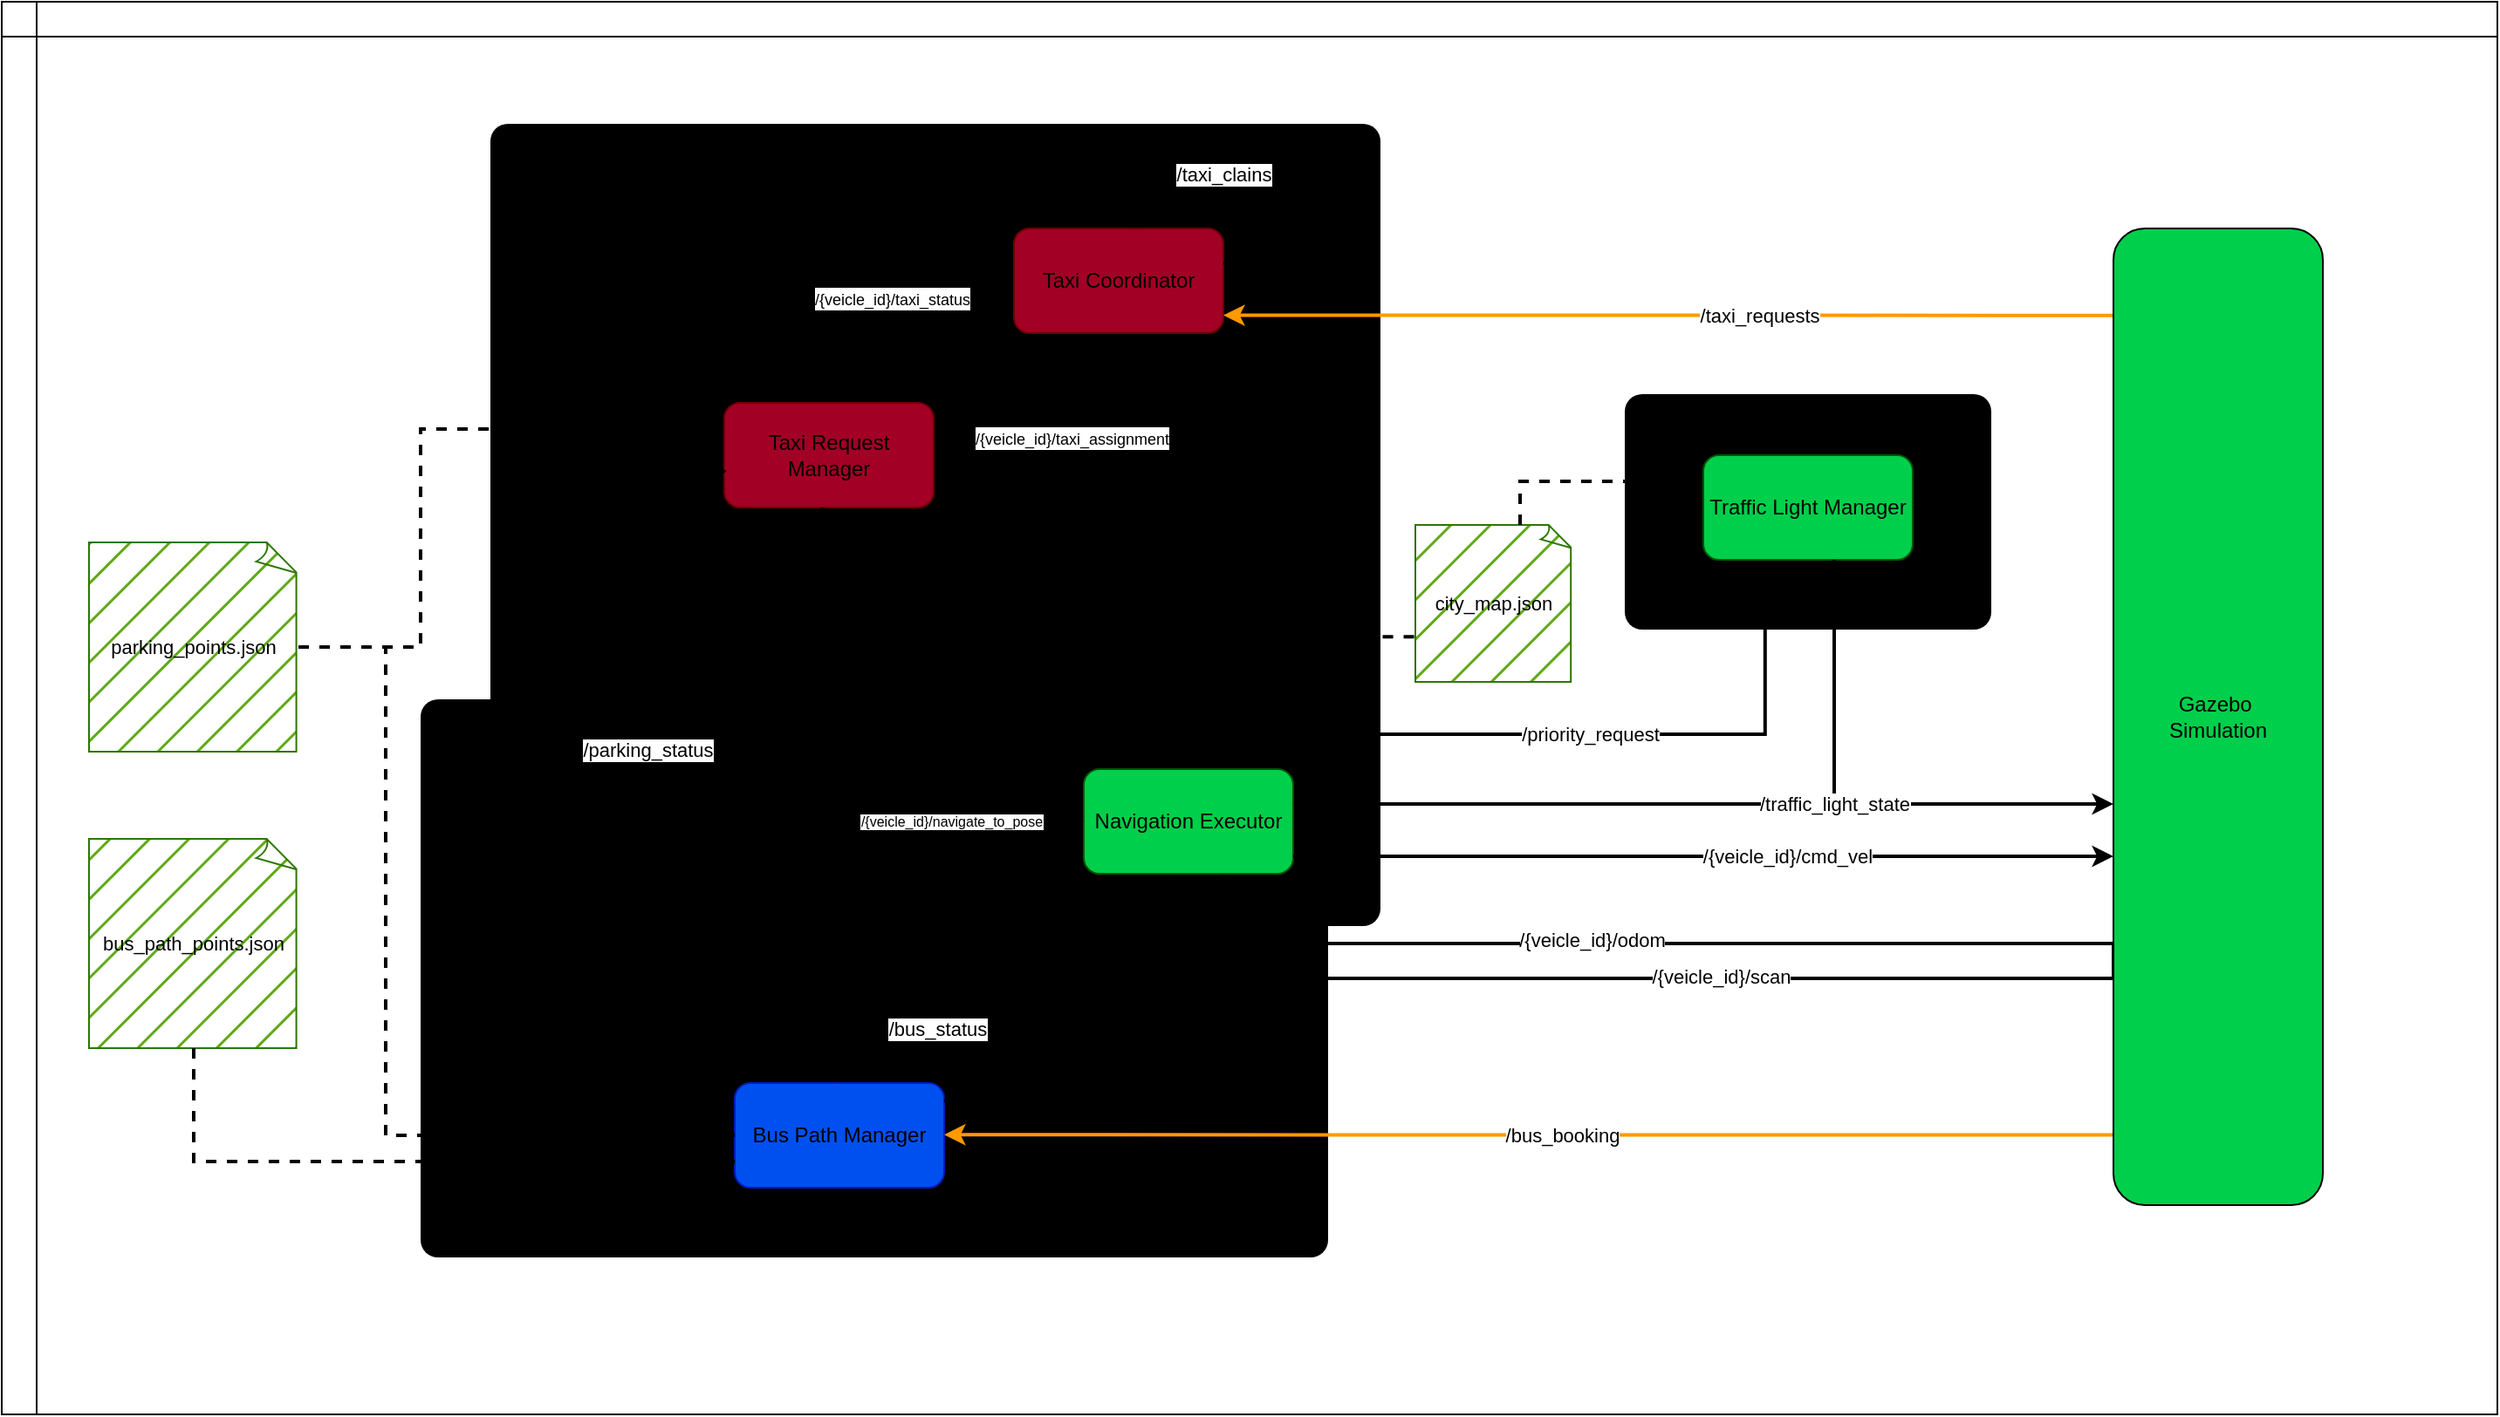
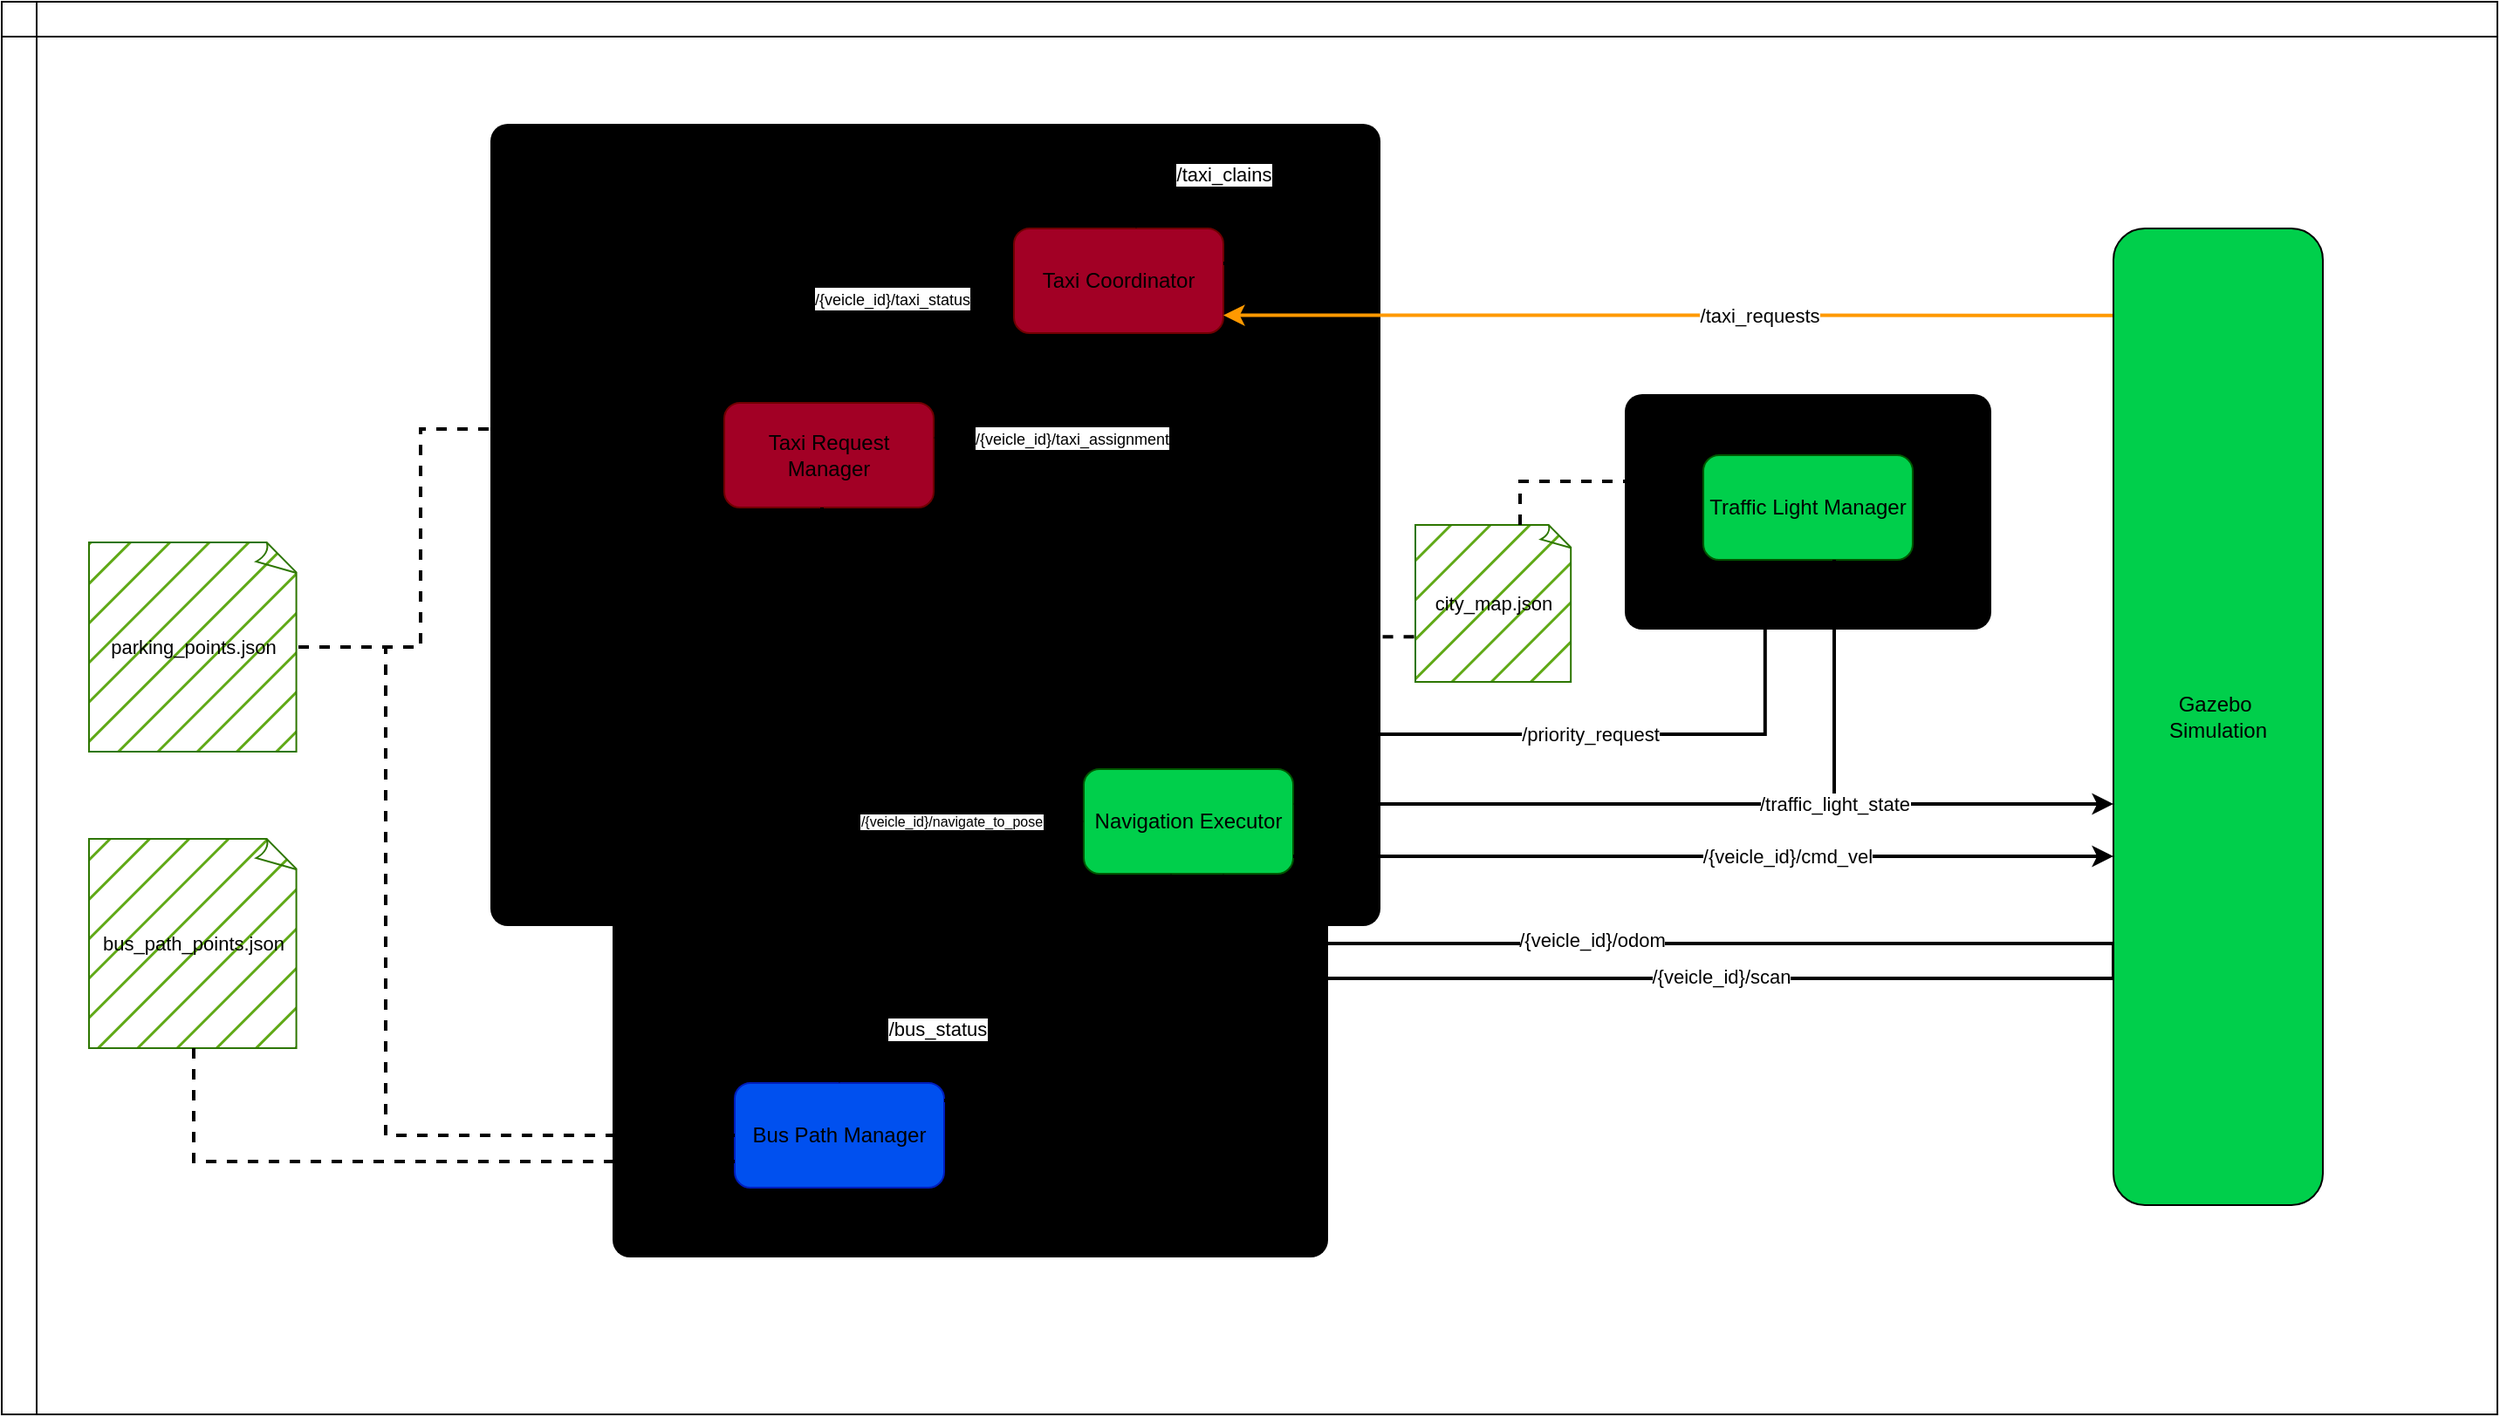
<mxfile host="app.diagrams.net">
-   <diagram name="Pagina-1" id="BVCX1Z2pZBF1aMxrMhTO">
-     <mxGraphModel dx="1686" dy="1638" grid="1" gridSize="10" guides="1" tooltips="1" connect="1" arrows="1" fold="1" page="1" pageScale="1" pageWidth="827" pageHeight="1169" math="0" shadow="0">
+   <diagram name="Pagina-1" id="1qCQUwHX7y5VVJsM3F8O">
+     <mxGraphModel dx="2542" dy="2155" grid="1" gridSize="10" guides="1" tooltips="1" connect="1" arrows="1" fold="1" page="1" pageScale="1" pageWidth="827" pageHeight="1169" math="0" shadow="0">
      <root>
        <mxCell id="0" />
        <mxCell id="1" parent="0" />
-         <mxCell id="iIUiJenkvFwk8aNbWzbr-1" parent="1" style="shape=internalStorage;whiteSpace=wrap;html=1;backgroundOutline=1;strokeColor=light-dark(#000000,#4A4A4A);fillStyle=dots;" value="" vertex="1">
+         <mxCell id="IvkUOj6girnGPJxxhy7t-1" parent="1" style="shape=internalStorage;whiteSpace=wrap;html=1;backgroundOutline=1;strokeColor=light-dark(#000000,#4A4A4A);fillStyle=dots;" value="" vertex="1">
          <mxGeometry height="810" width="1430" x="-120" y="-210" as="geometry" />
        </mxCell>
-         <mxCell id="g7s1D-YAluqxc9DfaqjA-5" parent="1" style="html=1;outlineConnect=0;whiteSpace=wrap;fillColor=light-dark(#000000,#4421CF);shape=mxgraph.archimate3.application;appType=workPackage;archiType=rounded;fillStyle=cross-hatch;strokeColor=none;" value="" vertex="1">
+         <mxCell id="IvkUOj6girnGPJxxhy7t-2" parent="1" style="html=1;outlineConnect=0;whiteSpace=wrap;fillColor=light-dark(#000000,#4421CF);shape=mxgraph.archimate3.application;appType=workPackage;archiType=rounded;fillStyle=cross-hatch;strokeColor=none;" value="" vertex="1">
          <mxGeometry height="460" width="510" x="160" y="-140" as="geometry" />
        </mxCell>
-         <mxCell id="g7s1D-YAluqxc9DfaqjA-17" parent="1" style="html=1;outlineConnect=0;whiteSpace=wrap;fillColor=light-dark(#000000,#CF881F);shape=mxgraph.archimate3.application;appType=workPackage;archiType=rounded;fillStyle=cross-hatch;strokeColor=none;" value="" vertex="1">
+         <mxCell id="IvkUOj6girnGPJxxhy7t-3" parent="1" style="html=1;outlineConnect=0;whiteSpace=wrap;fillColor=light-dark(#000000,#CF881F);shape=mxgraph.archimate3.application;appType=workPackage;archiType=rounded;fillStyle=cross-hatch;strokeColor=none;" value="" vertex="1">
          <mxGeometry height="135" width="210" x="810" y="15" as="geometry" />
        </mxCell>
-         <mxCell id="g7s1D-YAluqxc9DfaqjA-11" parent="1" style="html=1;outlineConnect=0;whiteSpace=wrap;fillColor=light-dark(#000000,#A82A32);shape=mxgraph.archimate3.application;appType=workPackage;archiType=rounded;fillStyle=cross-hatch;strokeColor=none;" value="" vertex="1">
-           <mxGeometry height="320" width="520" x="120" y="190" as="geometry" />
-         </mxCell>
-         <mxCell id="6hpnGwHNhGZrO45cFF2S-23" edge="1" parent="1" source="6hpnGwHNhGZrO45cFF2S-2" style="edgeStyle=orthogonalEdgeStyle;rounded=0;orthogonalLoop=1;jettySize=auto;html=1;exitX=0.5;exitY=0;exitDx=0;exitDy=0;strokeColor=light-dark(#000000,#FF2B2B);strokeWidth=2;" target="6hpnGwHNhGZrO45cFF2S-5">
+         <mxCell id="IvkUOj6girnGPJxxhy7t-4" parent="1" style="html=1;outlineConnect=0;whiteSpace=wrap;fillColor=light-dark(#000000,#A82A32);shape=mxgraph.archimate3.application;appType=workPackage;archiType=rounded;fillStyle=cross-hatch;strokeColor=none;" value="" vertex="1">
+           <mxGeometry height="320" width="410" x="230" y="190" as="geometry" />
+         </mxCell>
+         <mxCell id="IvkUOj6girnGPJxxhy7t-5" edge="1" parent="1" source="IvkUOj6girnGPJxxhy7t-6" style="edgeStyle=orthogonalEdgeStyle;rounded=0;orthogonalLoop=1;jettySize=auto;html=1;exitX=0.5;exitY=0;exitDx=0;exitDy=0;strokeColor=light-dark(#000000,#FF2B2B);strokeWidth=2;" target="IvkUOj6girnGPJxxhy7t-15">
          <mxGeometry relative="1" as="geometry">
            <Array as="points">
              <mxPoint x="330" y="430" />
              <mxPoint x="330" y="260" />
            </Array>
          </mxGeometry>
        </mxCell>
-         <mxCell id="6hpnGwHNhGZrO45cFF2S-2" parent="1" style="rounded=1;whiteSpace=wrap;html=1;fillColor=#0050ef;fontColor=#ffffff;strokeColor=#001DBC;" value="&lt;font style=&quot;color: light-dark(rgb(0, 0, 0), rgb(0, 0, 0));&quot;&gt;Bus Path Manager&lt;/font&gt;" vertex="1">
+         <mxCell id="IvkUOj6girnGPJxxhy7t-6" parent="1" style="rounded=1;whiteSpace=wrap;html=1;fillColor=#0050ef;fontColor=#ffffff;strokeColor=#001DBC;" value="&lt;font style=&quot;color: light-dark(rgb(0, 0, 0), rgb(0, 0, 0));&quot;&gt;Bus Path Manager&lt;/font&gt;" vertex="1">
          <mxGeometry height="60" width="120" x="300" y="410" as="geometry" />
        </mxCell>
-         <mxCell id="6hpnGwHNhGZrO45cFF2S-12" edge="1" parent="1" source="6hpnGwHNhGZrO45cFF2S-3" style="edgeStyle=orthogonalEdgeStyle;rounded=0;orthogonalLoop=1;jettySize=auto;html=1;strokeColor=light-dark(#000000,#2D8ED9);startSize=26;strokeWidth=2;" target="6hpnGwHNhGZrO45cFF2S-4">
+         <mxCell id="IvkUOj6girnGPJxxhy7t-7" edge="1" parent="1" source="IvkUOj6girnGPJxxhy7t-9" style="edgeStyle=orthogonalEdgeStyle;rounded=0;orthogonalLoop=1;jettySize=auto;html=1;strokeColor=light-dark(#000000,#2D8ED9);startSize=26;strokeWidth=2;" target="IvkUOj6girnGPJxxhy7t-12">
          <mxGeometry relative="1" as="geometry">
            <Array as="points">
              <mxPoint x="320" y="-40" />
            </Array>
          </mxGeometry>
        </mxCell>
-         <mxCell id="6hpnGwHNhGZrO45cFF2S-16" connectable="0" parent="6hpnGwHNhGZrO45cFF2S-12" style="edgeLabel;html=1;align=center;verticalAlign=middle;resizable=0;points=[];" value="&lt;font style=&quot;font-size: 9px;&quot;&gt;/{veicle_id}/taxi_status&lt;/font&gt;" vertex="1">
+         <mxCell id="IvkUOj6girnGPJxxhy7t-8" connectable="0" parent="IvkUOj6girnGPJxxhy7t-7" style="edgeLabel;html=1;align=center;verticalAlign=middle;resizable=0;points=[];" value="&lt;font style=&quot;font-size: 9px;&quot;&gt;/{veicle_id}/taxi_status&lt;/font&gt;" vertex="1">
          <mxGeometry relative="1" x="0.147" y="2" as="geometry">
            <mxPoint x="15" y="2" as="offset" />
          </mxGeometry>
        </mxCell>
-         <mxCell id="6hpnGwHNhGZrO45cFF2S-3" parent="1" style="rounded=1;whiteSpace=wrap;html=1;fillColor=#a20025;fontColor=#ffffff;strokeColor=#6F0000;" value="&lt;span&gt;&lt;font style=&quot;color: light-dark(rgb(0, 0, 0), rgb(0, 0, 0));&quot;&gt;Taxi Request Manager&lt;/font&gt;&lt;/span&gt;" vertex="1">
+         <mxCell id="IvkUOj6girnGPJxxhy7t-9" parent="1" style="rounded=1;whiteSpace=wrap;html=1;fillColor=#a20025;fontColor=#ffffff;strokeColor=#6F0000;" value="&lt;span&gt;&lt;font style=&quot;color: light-dark(rgb(0, 0, 0), rgb(0, 0, 0));&quot;&gt;Taxi Request Manager&lt;/font&gt;&lt;/span&gt;" vertex="1">
          <mxGeometry height="60" width="120" x="294" y="20" as="geometry" />
        </mxCell>
-         <mxCell id="6hpnGwHNhGZrO45cFF2S-14" edge="1" parent="1" source="6hpnGwHNhGZrO45cFF2S-4" style="edgeStyle=orthogonalEdgeStyle;rounded=0;orthogonalLoop=1;jettySize=auto;html=1;strokeWidth=2;" target="6hpnGwHNhGZrO45cFF2S-3">
+         <mxCell id="IvkUOj6girnGPJxxhy7t-10" edge="1" parent="1" source="IvkUOj6girnGPJxxhy7t-12" style="edgeStyle=orthogonalEdgeStyle;rounded=0;orthogonalLoop=1;jettySize=auto;html=1;strokeWidth=2;" target="IvkUOj6girnGPJxxhy7t-9">
          <mxGeometry relative="1" as="geometry">
            <Array as="points">
              <mxPoint x="560" y="40" />
            </Array>
          </mxGeometry>
        </mxCell>
-         <mxCell id="6hpnGwHNhGZrO45cFF2S-17" connectable="0" parent="6hpnGwHNhGZrO45cFF2S-14" style="edgeLabel;html=1;align=center;verticalAlign=middle;resizable=0;points=[];" value="&lt;font style=&quot;font-size: 9px;&quot;&gt;/{veicle_id}/taxi_assignment&lt;/font&gt;" vertex="1">
+         <mxCell id="IvkUOj6girnGPJxxhy7t-11" connectable="0" parent="IvkUOj6girnGPJxxhy7t-10" style="edgeLabel;html=1;align=center;verticalAlign=middle;resizable=0;points=[];" value="&lt;font style=&quot;font-size: 9px;&quot;&gt;/{veicle_id}/taxi_assignment&lt;/font&gt;" vertex="1">
          <mxGeometry relative="1" x="0.1714" as="geometry">
            <mxPoint x="-7" as="offset" />
          </mxGeometry>
        </mxCell>
-         <mxCell id="6hpnGwHNhGZrO45cFF2S-4" parent="1" style="rounded=1;whiteSpace=wrap;html=1;fillColor=#a20025;fontColor=#ffffff;strokeColor=#6F0000;" value="&lt;font style=&quot;color: light-dark(rgb(0, 0, 0), rgb(0, 0, 0));&quot;&gt;Taxi Coordinator&lt;/font&gt;" vertex="1">
+         <mxCell id="IvkUOj6girnGPJxxhy7t-12" parent="1" style="rounded=1;whiteSpace=wrap;html=1;fillColor=#a20025;fontColor=#ffffff;strokeColor=#6F0000;" value="&lt;font style=&quot;color: light-dark(rgb(0, 0, 0), rgb(0, 0, 0));&quot;&gt;Taxi Coordinator&lt;/font&gt;" vertex="1">
          <mxGeometry height="60" width="120" x="460" y="-80" as="geometry" />
        </mxCell>
-         <mxCell id="6hpnGwHNhGZrO45cFF2S-28" edge="1" parent="1" source="6hpnGwHNhGZrO45cFF2S-5" style="edgeStyle=orthogonalEdgeStyle;rounded=0;orthogonalLoop=1;jettySize=auto;html=1;exitX=0.419;exitY=0.019;exitDx=0;exitDy=0;entryX=0.295;entryY=1.004;entryDx=0;entryDy=0;strokeWidth=2;exitPerimeter=0;entryPerimeter=0;" target="6hpnGwHNhGZrO45cFF2S-6">
+         <mxCell id="IvkUOj6girnGPJxxhy7t-13" edge="1" parent="1" source="IvkUOj6girnGPJxxhy7t-15" style="edgeStyle=orthogonalEdgeStyle;rounded=0;orthogonalLoop=1;jettySize=auto;html=1;exitX=0.419;exitY=0.019;exitDx=0;exitDy=0;entryX=0.295;entryY=1.004;entryDx=0;entryDy=0;strokeWidth=2;exitPerimeter=0;entryPerimeter=0;" target="IvkUOj6girnGPJxxhy7t-17">
          <mxGeometry relative="1" as="geometry">
            <Array as="points">
              <mxPoint x="550" y="210" />
              <mxPoint x="890" y="210" />
            </Array>
          </mxGeometry>
        </mxCell>
-         <mxCell id="6hpnGwHNhGZrO45cFF2S-29" connectable="0" parent="6hpnGwHNhGZrO45cFF2S-28" style="edgeLabel;html=1;align=center;verticalAlign=middle;resizable=0;points=[];" value="/priority_request" vertex="1">
+         <mxCell id="IvkUOj6girnGPJxxhy7t-14" connectable="0" parent="IvkUOj6girnGPJxxhy7t-13" style="edgeLabel;html=1;align=center;verticalAlign=middle;resizable=0;points=[];" value="/priority_request" vertex="1">
          <mxGeometry relative="1" x="-0.3889" y="-1" as="geometry">
            <mxPoint x="120" y="-1" as="offset" />
          </mxGeometry>
        </mxCell>
-         <mxCell id="6hpnGwHNhGZrO45cFF2S-5" parent="1" style="rounded=1;whiteSpace=wrap;html=1;fillColor=light-dark(#00CF4B,#FCB12F);fontColor=#ffffff;strokeColor=light-dark(#005700,#000000);" value="&lt;font style=&quot;color: light-dark(rgb(0, 0, 0), rgb(0, 0, 0));&quot;&gt;Navigation Executor&lt;/font&gt;" vertex="1">
+         <mxCell id="IvkUOj6girnGPJxxhy7t-15" parent="1" style="rounded=1;whiteSpace=wrap;html=1;fillColor=light-dark(#00CF4B,#FCB12F);fontColor=#ffffff;strokeColor=light-dark(#005700,#000000);" value="&lt;font style=&quot;color: light-dark(rgb(0, 0, 0), rgb(0, 0, 0));&quot;&gt;Navigation Executor&lt;/font&gt;" vertex="1">
          <mxGeometry height="60" width="120" x="500" y="230" as="geometry" />
        </mxCell>
-         <mxCell id="6hpnGwHNhGZrO45cFF2S-27" edge="1" parent="1" source="6hpnGwHNhGZrO45cFF2S-6" style="edgeStyle=orthogonalEdgeStyle;rounded=0;orthogonalLoop=1;jettySize=auto;html=1;exitX=0.639;exitY=1;exitDx=0;exitDy=0;strokeWidth=2;exitPerimeter=0;" target="6hpnGwHNhGZrO45cFF2S-5">
+         <mxCell id="IvkUOj6girnGPJxxhy7t-16" edge="1" parent="1" source="IvkUOj6girnGPJxxhy7t-17" style="edgeStyle=orthogonalEdgeStyle;rounded=0;orthogonalLoop=1;jettySize=auto;html=1;exitX=0.639;exitY=1;exitDx=0;exitDy=0;strokeWidth=2;exitPerimeter=0;" target="IvkUOj6girnGPJxxhy7t-15">
          <mxGeometry relative="1" as="geometry">
            <Array as="points">
              <mxPoint x="930" y="90" />
              <mxPoint x="930" y="250" />
            </Array>
          </mxGeometry>
        </mxCell>
-         <mxCell id="6hpnGwHNhGZrO45cFF2S-6" parent="1" style="rounded=1;whiteSpace=wrap;html=1;fillColor=light-dark(#00CF4B,#FFF466);fontColor=#ffffff;strokeColor=light-dark(#005700,#000000);fillStyle=auto;" value="&lt;font style=&quot;color: light-dark(rgb(0, 0, 0), rgb(0, 0, 0));&quot;&gt;Traffic Light Manager&lt;/font&gt;" vertex="1">
+         <mxCell id="IvkUOj6girnGPJxxhy7t-17" parent="1" style="rounded=1;whiteSpace=wrap;html=1;fillColor=light-dark(#00CF4B,#FFF466);fontColor=#ffffff;strokeColor=light-dark(#005700,#000000);fillStyle=auto;" value="&lt;font style=&quot;color: light-dark(rgb(0, 0, 0), rgb(0, 0, 0));&quot;&gt;Traffic Light Manager&lt;/font&gt;" vertex="1">
          <mxGeometry height="60" width="120" x="855" y="50" as="geometry" />
        </mxCell>
-         <mxCell id="6hpnGwHNhGZrO45cFF2S-19" edge="1" parent="1" source="6hpnGwHNhGZrO45cFF2S-7" style="edgeStyle=orthogonalEdgeStyle;rounded=0;orthogonalLoop=1;jettySize=auto;html=1;exitX=0.083;exitY=0.089;exitDx=0;exitDy=0;strokeColor=light-dark(#FF9900,#FFFFFF);strokeWidth=2;exitPerimeter=0;" target="6hpnGwHNhGZrO45cFF2S-4">
+         <mxCell id="IvkUOj6girnGPJxxhy7t-18" edge="1" parent="1" source="IvkUOj6girnGPJxxhy7t-26" style="edgeStyle=orthogonalEdgeStyle;rounded=0;orthogonalLoop=1;jettySize=auto;html=1;exitX=0.083;exitY=0.089;exitDx=0;exitDy=0;strokeColor=light-dark(#FF9900,#FFFFFF);strokeWidth=2;exitPerimeter=0;" target="IvkUOj6girnGPJxxhy7t-12">
          <mxGeometry relative="1" as="geometry">
            <Array as="points">
              <mxPoint x="840" y="-30" />
              <mxPoint x="840" y="-30" />
            </Array>
            <mxPoint x="1090" y="50" as="sourcePoint" />
            <mxPoint x="690" y="-30" as="targetPoint" />
          </mxGeometry>
        </mxCell>
-         <mxCell id="6hpnGwHNhGZrO45cFF2S-20" connectable="0" parent="6hpnGwHNhGZrO45cFF2S-19" style="edgeLabel;html=1;align=center;verticalAlign=middle;resizable=0;points=[];" value="/taxi_requests" vertex="1">
+         <mxCell id="IvkUOj6girnGPJxxhy7t-19" connectable="0" parent="IvkUOj6girnGPJxxhy7t-18" style="edgeLabel;html=1;align=center;verticalAlign=middle;resizable=0;points=[];" value="/taxi_requests" vertex="1">
          <mxGeometry relative="1" x="0.5062" as="geometry">
            <mxPoint x="178" as="offset" />
          </mxGeometry>
        </mxCell>
-         <mxCell id="6hpnGwHNhGZrO45cFF2S-31" edge="1" parent="1" style="edgeStyle=orthogonalEdgeStyle;rounded=0;orthogonalLoop=1;jettySize=auto;html=1;strokeColor=light-dark(#FF9900,#FFFFFF);entryX=1;entryY=0.333;entryDx=0;entryDy=0;entryPerimeter=0;strokeWidth=2;">
-           <mxGeometry relative="1" as="geometry">
-             <Array as="points">
-               <mxPoint x="760" y="439.69" />
-               <mxPoint x="760" y="439.69" />
-             </Array>
-             <mxPoint x="1090" y="439.69" as="sourcePoint" />
-             <mxPoint x="420" y="439.67" as="targetPoint" />
-           </mxGeometry>
-         </mxCell>
-         <mxCell id="6hpnGwHNhGZrO45cFF2S-32" connectable="0" parent="6hpnGwHNhGZrO45cFF2S-31" style="edgeLabel;html=1;align=center;verticalAlign=middle;resizable=0;points=[];" value="/bus_booking" vertex="1">
-           <mxGeometry relative="1" x="0.3" y="2" as="geometry">
-             <mxPoint x="119" y="-2" as="offset" />
-           </mxGeometry>
-         </mxCell>
-         <mxCell id="6hpnGwHNhGZrO45cFF2S-48" edge="1" parent="1" source="6hpnGwHNhGZrO45cFF2S-7" style="edgeStyle=orthogonalEdgeStyle;rounded=0;orthogonalLoop=1;jettySize=auto;html=1;exitX=0;exitY=0.75;exitDx=0;exitDy=0;strokeWidth=2;" target="6hpnGwHNhGZrO45cFF2S-5">
+         <mxCell id="IvkUOj6girnGPJxxhy7t-22" edge="1" parent="1" source="IvkUOj6girnGPJxxhy7t-26" style="edgeStyle=orthogonalEdgeStyle;rounded=0;orthogonalLoop=1;jettySize=auto;html=1;exitX=0;exitY=0.75;exitDx=0;exitDy=0;strokeWidth=2;" target="IvkUOj6girnGPJxxhy7t-15">
          <mxGeometry relative="1" as="geometry">
            <Array as="points">
              <mxPoint x="1090" y="330" />
              <mxPoint x="580" y="330" />
            </Array>
          </mxGeometry>
        </mxCell>
-         <mxCell id="6hpnGwHNhGZrO45cFF2S-49" connectable="0" parent="6hpnGwHNhGZrO45cFF2S-48" style="edgeLabel;html=1;align=center;verticalAlign=middle;resizable=0;points=[];" value="/{veicle_id}/odom" vertex="1">
+         <mxCell id="IvkUOj6girnGPJxxhy7t-23" connectable="0" parent="IvkUOj6girnGPJxxhy7t-22" style="edgeLabel;html=1;align=center;verticalAlign=middle;resizable=0;points=[];" value="/{veicle_id}/odom" vertex="1">
          <mxGeometry relative="1" x="0.0857" y="-2" as="geometry">
            <mxPoint x="-5" as="offset" />
          </mxGeometry>
        </mxCell>
-         <mxCell id="g7s1D-YAluqxc9DfaqjA-9" edge="1" parent="1" source="6hpnGwHNhGZrO45cFF2S-7" style="edgeStyle=orthogonalEdgeStyle;rounded=0;orthogonalLoop=1;jettySize=auto;html=1;exitX=0;exitY=0.75;exitDx=0;exitDy=0;strokeWidth=2;" target="6hpnGwHNhGZrO45cFF2S-5">
+         <mxCell id="IvkUOj6girnGPJxxhy7t-24" edge="1" parent="1" source="IvkUOj6girnGPJxxhy7t-26" style="edgeStyle=orthogonalEdgeStyle;rounded=0;orthogonalLoop=1;jettySize=auto;html=1;exitX=0;exitY=0.75;exitDx=0;exitDy=0;strokeWidth=2;" target="IvkUOj6girnGPJxxhy7t-15">
          <mxGeometry relative="1" as="geometry">
            <Array as="points">
              <mxPoint x="1090" y="350" />
              <mxPoint x="550" y="350" />
            </Array>
          </mxGeometry>
        </mxCell>
-         <mxCell id="g7s1D-YAluqxc9DfaqjA-10" connectable="0" parent="g7s1D-YAluqxc9DfaqjA-9" style="edgeLabel;html=1;align=center;verticalAlign=middle;resizable=0;points=[];" value="/{veicle_id}/scan" vertex="1">
+         <mxCell id="IvkUOj6girnGPJxxhy7t-25" connectable="0" parent="IvkUOj6girnGPJxxhy7t-24" style="edgeLabel;html=1;align=center;verticalAlign=middle;resizable=0;points=[];" value="/{veicle_id}/scan" vertex="1">
          <mxGeometry relative="1" x="-0.1125" y="-1" as="geometry">
            <mxPoint x="35" as="offset" />
          </mxGeometry>
        </mxCell>
-         <mxCell id="6hpnGwHNhGZrO45cFF2S-7" parent="1" style="rounded=1;whiteSpace=wrap;html=1;fillColor=light-dark(#00CF4B,#9866BA);fontColor=#ffffff;strokeColor=light-dark(#000000,#D5E8D4);" value="&lt;font style=&quot;color: light-dark(rgb(0, 0, 0), rgb(0, 0, 0));&quot;&gt;Gazebo&amp;nbsp;&lt;/font&gt;&lt;div&gt;&lt;font style=&quot;color: light-dark(rgb(0, 0, 0), rgb(0, 0, 0));&quot;&gt;Simulation&lt;/font&gt;&lt;/div&gt;" vertex="1">
+         <mxCell id="IvkUOj6girnGPJxxhy7t-26" parent="1" style="rounded=1;whiteSpace=wrap;html=1;fillColor=light-dark(#00CF4B,#9866BA);fontColor=#ffffff;strokeColor=light-dark(#000000,#D5E8D4);" value="&lt;font style=&quot;color: light-dark(rgb(0, 0, 0), rgb(0, 0, 0));&quot;&gt;Gazebo&amp;nbsp;&lt;/font&gt;&lt;div&gt;&lt;font style=&quot;color: light-dark(rgb(0, 0, 0), rgb(0, 0, 0));&quot;&gt;Simulation&lt;/font&gt;&lt;/div&gt;" vertex="1">
          <mxGeometry height="560" width="120" x="1090" y="-80" as="geometry" />
        </mxCell>
-         <mxCell id="6hpnGwHNhGZrO45cFF2S-24" edge="1" parent="1" source="6hpnGwHNhGZrO45cFF2S-6" style="edgeStyle=orthogonalEdgeStyle;rounded=0;orthogonalLoop=1;jettySize=auto;html=1;strokeWidth=2;" target="6hpnGwHNhGZrO45cFF2S-7">
+         <mxCell id="IvkUOj6girnGPJxxhy7t-27" edge="1" parent="1" source="IvkUOj6girnGPJxxhy7t-17" style="edgeStyle=orthogonalEdgeStyle;rounded=0;orthogonalLoop=1;jettySize=auto;html=1;strokeWidth=2;" target="IvkUOj6girnGPJxxhy7t-26">
          <mxGeometry relative="1" as="geometry">
            <Array as="points">
              <mxPoint x="930" y="250" />
            </Array>
            <mxPoint x="940" y="150" as="sourcePoint" />
            <mxPoint x="990" y="250" as="targetPoint" />
          </mxGeometry>
        </mxCell>
-         <mxCell id="6hpnGwHNhGZrO45cFF2S-25" connectable="0" parent="6hpnGwHNhGZrO45cFF2S-24" style="edgeLabel;html=1;align=center;verticalAlign=middle;resizable=0;points=[];" value="/traffic_light_state" vertex="1">
+         <mxCell id="IvkUOj6girnGPJxxhy7t-28" connectable="0" parent="IvkUOj6girnGPJxxhy7t-27" style="edgeLabel;html=1;align=center;verticalAlign=middle;resizable=0;points=[];" value="/traffic_light_state" vertex="1">
          <mxGeometry relative="1" x="-0.7887" y="2" as="geometry">
            <mxPoint x="-2" y="108" as="offset" />
          </mxGeometry>
        </mxCell>
-         <mxCell id="6hpnGwHNhGZrO45cFF2S-34" edge="1" parent="1" style="edgeStyle=orthogonalEdgeStyle;rounded=0;orthogonalLoop=1;jettySize=auto;html=1;strokeWidth=2;">
+         <mxCell id="IvkUOj6girnGPJxxhy7t-29" edge="1" parent="1" style="edgeStyle=orthogonalEdgeStyle;rounded=0;orthogonalLoop=1;jettySize=auto;html=1;strokeWidth=2;">
          <mxGeometry relative="1" as="geometry">
            <Array as="points">
              <mxPoint x="620" y="280" />
              <mxPoint x="1090" y="280" />
            </Array>
            <mxPoint x="620" y="280" as="sourcePoint" />
            <mxPoint x="1090" y="280" as="targetPoint" />
          </mxGeometry>
        </mxCell>
-         <mxCell id="6hpnGwHNhGZrO45cFF2S-35" connectable="0" parent="6hpnGwHNhGZrO45cFF2S-34" style="edgeLabel;html=1;align=center;verticalAlign=middle;resizable=0;points=[];" value="/{veicle_id}/cmd_vel" vertex="1">
+         <mxCell id="IvkUOj6girnGPJxxhy7t-30" connectable="0" parent="IvkUOj6girnGPJxxhy7t-29" style="edgeLabel;html=1;align=center;verticalAlign=middle;resizable=0;points=[];" value="/{veicle_id}/cmd_vel" vertex="1">
          <mxGeometry relative="1" x="-0.0542" y="-2" as="geometry">
            <mxPoint x="60" y="-2" as="offset" />
          </mxGeometry>
        </mxCell>
-         <mxCell id="g7s1D-YAluqxc9DfaqjA-6" edge="1" parent="1" style="edgeStyle=orthogonalEdgeStyle;rounded=0;orthogonalLoop=1;jettySize=auto;html=1;strokeWidth=2;" target="6hpnGwHNhGZrO45cFF2S-4">
+         <mxCell id="IvkUOj6girnGPJxxhy7t-31" edge="1" parent="1" style="edgeStyle=orthogonalEdgeStyle;rounded=0;orthogonalLoop=1;jettySize=auto;html=1;strokeWidth=2;" target="IvkUOj6girnGPJxxhy7t-12">
          <mxGeometry relative="1" as="geometry">
            <Array as="points">
              <mxPoint x="630" y="-60" />
              <mxPoint x="630" y="-110" />
              <mxPoint x="530" y="-110" />
            </Array>
            <mxPoint x="580" y="-60" as="sourcePoint" />
          </mxGeometry>
        </mxCell>
-         <mxCell id="g7s1D-YAluqxc9DfaqjA-7" connectable="0" parent="g7s1D-YAluqxc9DfaqjA-6" style="edgeLabel;html=1;align=center;verticalAlign=middle;resizable=0;points=[];" value="/taxi_clains" vertex="1">
+         <mxCell id="IvkUOj6girnGPJxxhy7t-32" connectable="0" parent="IvkUOj6girnGPJxxhy7t-31" style="edgeLabel;html=1;align=center;verticalAlign=middle;resizable=0;points=[];" value="/taxi_clains" vertex="1">
          <mxGeometry relative="1" x="0.2002" y="-1" as="geometry">
            <mxPoint x="-12" as="offset" />
          </mxGeometry>
        </mxCell>
-         <mxCell id="g7s1D-YAluqxc9DfaqjA-12" edge="1" parent="1" style="edgeStyle=orthogonalEdgeStyle;rounded=0;orthogonalLoop=1;jettySize=auto;html=1;strokeColor=light-dark(#000000,#FF2B2B);strokeWidth=2;" target="6hpnGwHNhGZrO45cFF2S-5" value="">
+         <mxCell id="IvkUOj6girnGPJxxhy7t-33" edge="1" parent="1" style="edgeStyle=orthogonalEdgeStyle;rounded=0;orthogonalLoop=1;jettySize=auto;html=1;strokeColor=light-dark(#000000,#FF2B2B);strokeWidth=2;" target="IvkUOj6girnGPJxxhy7t-15" value="">
          <mxGeometry relative="1" as="geometry">
            <Array as="points">
              <mxPoint x="350" y="80" />
              <mxPoint x="350" y="260" />
            </Array>
            <mxPoint x="350" y="80" as="sourcePoint" />
            <mxPoint x="500" y="260" as="targetPoint" />
          </mxGeometry>
        </mxCell>
-         <mxCell id="g7s1D-YAluqxc9DfaqjA-14" connectable="0" parent="g7s1D-YAluqxc9DfaqjA-12" style="edgeLabel;html=1;align=center;verticalAlign=middle;resizable=0;points=[];fontSize=8;" value="&lt;span&gt;/{veicle_id}/navigate_to_pose&lt;/span&gt;" vertex="1">
+         <mxCell id="IvkUOj6girnGPJxxhy7t-34" connectable="0" parent="IvkUOj6girnGPJxxhy7t-33" style="edgeLabel;html=1;align=center;verticalAlign=middle;resizable=0;points=[];fontSize=8;" value="&lt;span&gt;/{veicle_id}/navigate_to_pose&lt;/span&gt;" vertex="1">
          <mxGeometry relative="1" x="0.3854" as="geometry">
            <mxPoint x="25" as="offset" />
          </mxGeometry>
        </mxCell>
-         <mxCell id="g7s1D-YAluqxc9DfaqjA-15" edge="1" parent="1" style="edgeStyle=orthogonalEdgeStyle;rounded=0;orthogonalLoop=1;jettySize=auto;html=1;strokeWidth=2;" target="6hpnGwHNhGZrO45cFF2S-2">
+         <mxCell id="IvkUOj6girnGPJxxhy7t-35" edge="1" parent="1" style="edgeStyle=orthogonalEdgeStyle;rounded=0;orthogonalLoop=1;jettySize=auto;html=1;strokeWidth=2;" target="IvkUOj6girnGPJxxhy7t-6">
          <mxGeometry relative="1" as="geometry">
            <Array as="points">
              <mxPoint x="470" y="420" />
              <mxPoint x="470" y="380" />
              <mxPoint x="360" y="380" />
            </Array>
            <mxPoint x="420" y="420" as="sourcePoint" />
          </mxGeometry>
        </mxCell>
-         <mxCell id="g7s1D-YAluqxc9DfaqjA-16" connectable="0" parent="g7s1D-YAluqxc9DfaqjA-15" style="edgeLabel;html=1;align=center;verticalAlign=middle;resizable=0;points=[];" value="/bus_status" vertex="1">
+         <mxCell id="IvkUOj6girnGPJxxhy7t-36" connectable="0" parent="IvkUOj6girnGPJxxhy7t-35" style="edgeLabel;html=1;align=center;verticalAlign=middle;resizable=0;points=[];" value="/bus_status" vertex="1">
          <mxGeometry relative="1" x="0.2578" y="-1" as="geometry">
            <mxPoint as="offset" />
          </mxGeometry>
        </mxCell>
-         <mxCell id="g7s1D-YAluqxc9DfaqjA-18" edge="1" parent="1" source="6hpnGwHNhGZrO45cFF2S-2" style="endArrow=classic;startArrow=classic;html=1;rounded=0;exitX=0;exitY=0.25;exitDx=0;exitDy=0;strokeWidth=2;entryX=0.013;entryY=0.653;entryDx=0;entryDy=0;entryPerimeter=0;" target="6hpnGwHNhGZrO45cFF2S-3" value="">
-           <mxGeometry height="50" relative="1" width="50" as="geometry">
-             <Array as="points">
-               <mxPoint x="260" y="425" />
-               <mxPoint x="240" y="425" />
-               <mxPoint x="240" y="240" />
-               <mxPoint x="240" y="60" />
-             </Array>
-             <mxPoint x="560" y="180" as="sourcePoint" />
-             <mxPoint x="280" y="60" as="targetPoint" />
-           </mxGeometry>
-         </mxCell>
-         <mxCell id="g7s1D-YAluqxc9DfaqjA-19" connectable="0" parent="g7s1D-YAluqxc9DfaqjA-18" style="edgeLabel;html=1;align=center;verticalAlign=middle;resizable=0;points=[];" value="/parking_status" vertex="1">
-           <mxGeometry relative="1" x="0.1083" y="-2" as="geometry">
-             <mxPoint x="8" as="offset" />
-           </mxGeometry>
-         </mxCell>
-         <mxCell id="4LP_xS3Fy_b9QzW3Qc3S-1" parent="1" style="whiteSpace=wrap;html=1;shape=mxgraph.basic.document;fillStyle=hatch;fillColor=#60a917;fontColor=#ffffff;strokeColor=#2D7600;" value="&lt;font style=&quot;color: light-dark(rgb(0, 0, 0), rgb(255, 255, 255)); font-size: 11px;&quot;&gt;parking_points.json&lt;/font&gt;" vertex="1">
+         <mxCell id="IvkUOj6girnGPJxxhy7t-39" parent="1" style="whiteSpace=wrap;html=1;shape=mxgraph.basic.document;fillStyle=hatch;fillColor=#60a917;fontColor=#ffffff;strokeColor=#2D7600;" value="&lt;font style=&quot;color: light-dark(rgb(0, 0, 0), rgb(255, 255, 255)); font-size: 11px;&quot;&gt;parking_points.json&lt;/font&gt;" vertex="1">
          <mxGeometry height="120" width="120" x="-70" y="100" as="geometry" />
        </mxCell>
-         <mxCell id="4LP_xS3Fy_b9QzW3Qc3S-2" parent="1" style="whiteSpace=wrap;html=1;shape=mxgraph.basic.document;fillStyle=hatch;fillColor=#60a917;fontColor=#ffffff;strokeColor=#2D7600;" value="&lt;font style=&quot;color: light-dark(rgb(0, 0, 0), rgb(255, 255, 255)); font-size: 11px;&quot;&gt;bus_path_points.json&lt;/font&gt;" vertex="1">
+         <mxCell id="IvkUOj6girnGPJxxhy7t-40" parent="1" style="whiteSpace=wrap;html=1;shape=mxgraph.basic.document;fillStyle=hatch;fillColor=#60a917;fontColor=#ffffff;strokeColor=#2D7600;" value="&lt;font style=&quot;color: light-dark(rgb(0, 0, 0), rgb(255, 255, 255)); font-size: 11px;&quot;&gt;bus_path_points.json&lt;/font&gt;" vertex="1">
          <mxGeometry height="120" width="120" x="-70" y="270" as="geometry" />
        </mxCell>
-         <mxCell id="4LP_xS3Fy_b9QzW3Qc3S-3" edge="1" parent="1" source="4LP_xS3Fy_b9QzW3Qc3S-2" style="endArrow=none;dashed=1;html=1;rounded=0;exitX=0.5;exitY=1;exitDx=0;exitDy=0;exitPerimeter=0;entryX=0;entryY=0.75;entryDx=0;entryDy=0;strokeWidth=2;" target="6hpnGwHNhGZrO45cFF2S-2" value="">
+         <mxCell id="IvkUOj6girnGPJxxhy7t-41" edge="1" parent="1" source="IvkUOj6girnGPJxxhy7t-40" style="endArrow=none;dashed=1;html=1;rounded=0;exitX=0.5;exitY=1;exitDx=0;exitDy=0;exitPerimeter=0;entryX=0;entryY=0.75;entryDx=0;entryDy=0;strokeWidth=2;" target="IvkUOj6girnGPJxxhy7t-6" value="">
          <mxGeometry height="50" relative="1" width="50" as="geometry">
            <Array as="points">
              <mxPoint x="-10" y="455" />
            </Array>
            <mxPoint x="250" y="250" as="sourcePoint" />
            <mxPoint x="300" y="200" as="targetPoint" />
          </mxGeometry>
        </mxCell>
-         <mxCell id="4LP_xS3Fy_b9QzW3Qc3S-4" edge="1" parent="1" source="4LP_xS3Fy_b9QzW3Qc3S-1" style="endArrow=none;dashed=1;html=1;rounded=0;exitX=1;exitY=0.5;exitDx=0;exitDy=0;exitPerimeter=0;entryX=0;entryY=0.25;entryDx=0;entryDy=0;strokeWidth=2;" target="6hpnGwHNhGZrO45cFF2S-3" value="">
+         <mxCell id="IvkUOj6girnGPJxxhy7t-42" edge="1" parent="1" source="IvkUOj6girnGPJxxhy7t-39" style="endArrow=none;dashed=1;html=1;rounded=0;exitX=1;exitY=0.5;exitDx=0;exitDy=0;exitPerimeter=0;entryX=0;entryY=0.25;entryDx=0;entryDy=0;strokeWidth=2;" target="IvkUOj6girnGPJxxhy7t-9" value="">
          <mxGeometry height="50" relative="1" width="50" as="geometry">
            <Array as="points">
              <mxPoint x="120" y="160" />
              <mxPoint x="120" y="35" />
            </Array>
            <mxPoint x="190" y="380" as="sourcePoint" />
            <mxPoint x="240" y="330" as="targetPoint" />
          </mxGeometry>
        </mxCell>
-         <mxCell id="4LP_xS3Fy_b9QzW3Qc3S-5" edge="1" parent="1" source="4LP_xS3Fy_b9QzW3Qc3S-1" style="endArrow=none;dashed=1;html=1;rounded=0;exitX=1;exitY=0.5;exitDx=0;exitDy=0;exitPerimeter=0;entryX=0;entryY=0.5;entryDx=0;entryDy=0;strokeWidth=2;" target="6hpnGwHNhGZrO45cFF2S-2" value="">
+         <mxCell id="IvkUOj6girnGPJxxhy7t-43" edge="1" parent="1" source="IvkUOj6girnGPJxxhy7t-39" style="endArrow=none;dashed=1;html=1;rounded=0;exitX=1;exitY=0.5;exitDx=0;exitDy=0;exitPerimeter=0;entryX=0;entryY=0.5;entryDx=0;entryDy=0;strokeWidth=2;" target="IvkUOj6girnGPJxxhy7t-6" value="">
          <mxGeometry height="50" relative="1" width="50" as="geometry">
            <Array as="points">
              <mxPoint x="100" y="160" />
              <mxPoint x="100" y="440" />
            </Array>
            <mxPoint x="190" y="250" as="sourcePoint" />
            <mxPoint x="240" y="200" as="targetPoint" />
          </mxGeometry>
        </mxCell>
-         <mxCell id="g5tclHRCQpBKyVJS4hYi-1" parent="1" style="whiteSpace=wrap;html=1;shape=mxgraph.basic.document;fillStyle=hatch;fillColor=#60a917;fontColor=#ffffff;strokeColor=#2D7600;" value="&lt;font style=&quot;color: light-dark(rgb(0, 0, 0), rgb(255, 255, 255)); font-size: 11px;&quot;&gt;city_map.json&lt;/font&gt;" vertex="1">
+         <mxCell id="IvkUOj6girnGPJxxhy7t-44" parent="1" style="whiteSpace=wrap;html=1;shape=mxgraph.basic.document;fillStyle=hatch;fillColor=#60a917;fontColor=#ffffff;strokeColor=#2D7600;" value="&lt;font style=&quot;color: light-dark(rgb(0, 0, 0), rgb(255, 255, 255)); font-size: 11px;&quot;&gt;city_map.json&lt;/font&gt;" vertex="1">
          <mxGeometry height="90" width="90" x="690" y="90" as="geometry" />
        </mxCell>
-         <mxCell id="g5tclHRCQpBKyVJS4hYi-2" edge="1" parent="1" style="endArrow=none;dashed=1;html=1;rounded=0;entryX=0;entryY=0.25;entryDx=0;entryDy=0;strokeWidth=2;" target="6hpnGwHNhGZrO45cFF2S-6" value="">
+         <mxCell id="IvkUOj6girnGPJxxhy7t-45" edge="1" parent="1" style="endArrow=none;dashed=1;html=1;rounded=0;entryX=0;entryY=0.25;entryDx=0;entryDy=0;strokeWidth=2;" target="IvkUOj6girnGPJxxhy7t-17" value="">
          <mxGeometry height="50" relative="1" width="50" as="geometry">
            <Array as="points">
              <mxPoint x="750" y="65" />
            </Array>
            <mxPoint x="750" y="90" as="sourcePoint" />
            <mxPoint x="590" y="80" as="targetPoint" />
          </mxGeometry>
        </mxCell>
-         <mxCell id="g5tclHRCQpBKyVJS4hYi-3" edge="1" parent="1" source="g5tclHRCQpBKyVJS4hYi-1" style="endArrow=none;dashed=1;html=1;rounded=0;entryX=0.25;entryY=0;entryDx=0;entryDy=0;strokeWidth=2;exitX=-0.008;exitY=0.713;exitDx=0;exitDy=0;exitPerimeter=0;" target="6hpnGwHNhGZrO45cFF2S-5" value="">
+         <mxCell id="IvkUOj6girnGPJxxhy7t-46" edge="1" parent="1" source="IvkUOj6girnGPJxxhy7t-44" style="endArrow=none;dashed=1;html=1;rounded=0;entryX=0.25;entryY=0;entryDx=0;entryDy=0;strokeWidth=2;exitX=-0.008;exitY=0.713;exitDx=0;exitDy=0;exitPerimeter=0;" target="IvkUOj6girnGPJxxhy7t-15" value="">
          <mxGeometry height="50" relative="1" width="50" as="geometry">
            <Array as="points">
              <mxPoint x="530" y="154" />
            </Array>
            <mxPoint x="540" y="130" as="sourcePoint" />
            <mxPoint x="590" y="80" as="targetPoint" />
          </mxGeometry>
        </mxCell>
      </root>
    </mxGraphModel>
  </diagram>
</mxfile>
